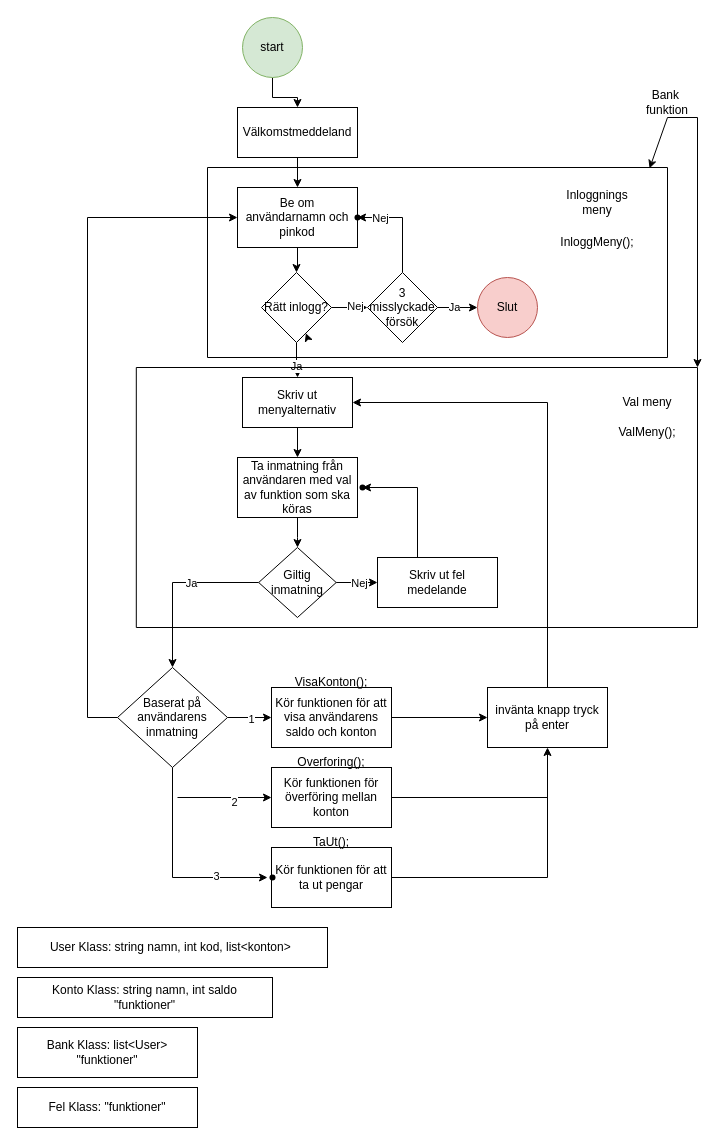
Earlier version of the draw.io diagram Grupparbete1_Baknomaten.drawio (Tronje1/Grupparbete1_bankomaten). Source tidied: cells renumbered, new cells numbered last; positions are measured from the earlier drawing's top-left corner, leaving out a move shared by most shapes. Both pictures are drawn from the tidied source at 100%, with x=0, y=0 at pixel (17, 17).
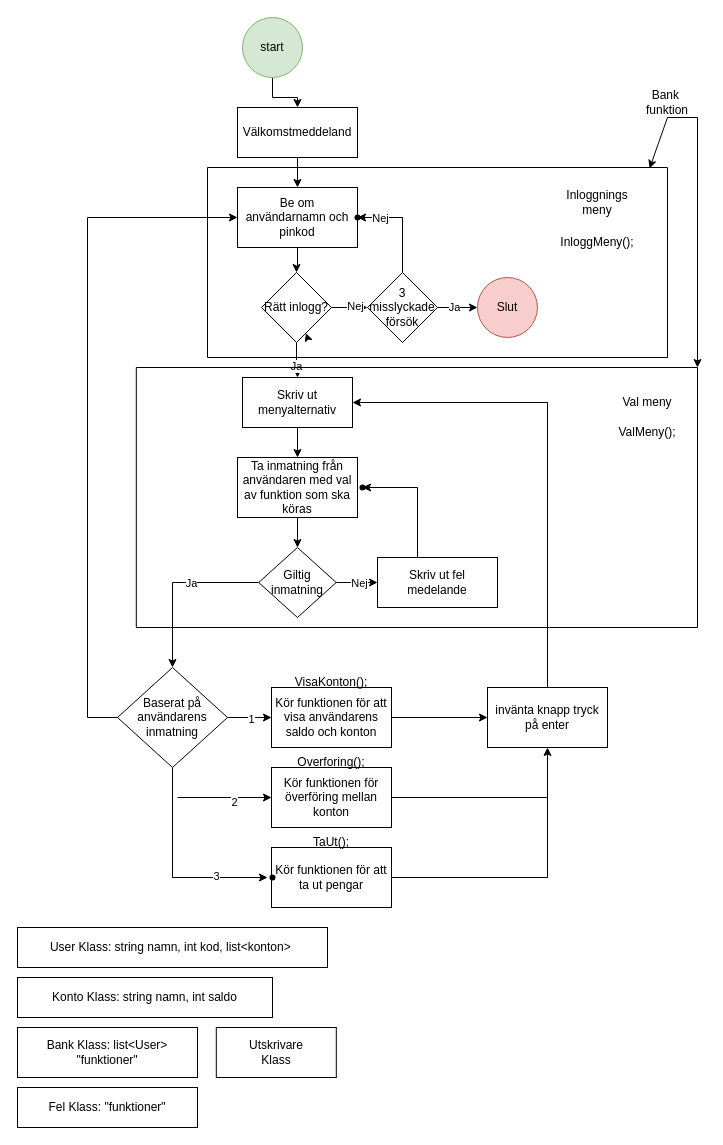
The same diagram, later.

The edit, as a diff of the source:
```diff
@@
-    <mxCell id="63" value="Konto Klass: string namn, int saldo&lt;br&gt;&quot;funktioner&quot;" style="rounded=0;whiteSpace=wrap;html=1;" parent="1" vertex="1">
+    <mxCell id="63" value="Konto Klass: string namn, int saldo" style="rounded=0;whiteSpace=wrap;html=1;" parent="1" vertex="1">
       <mxGeometry y="960" width="255" height="40" as="geometry" />
     </mxCell>
@@
+    <mxCell id="66" style="rounded=0;whiteSpace=wrap;html=1;" parent="1" vertex="1">
+      <mxGeometry x="198.8" y="1010" width="120" height="50" as="geometry" />
+    </mxCell>
+    <mxCell id="67" value="Utskrivare Klass" style="text;html=1;whiteSpace=wrap;strokeColor=none;fillColor=none;align=center;verticalAlign=middle;rounded=0;" parent="1" vertex="1">
+      <mxGeometry x="228.8" y="1020" width="60" height="30" as="geometry" />
+    </mxCell>
```
